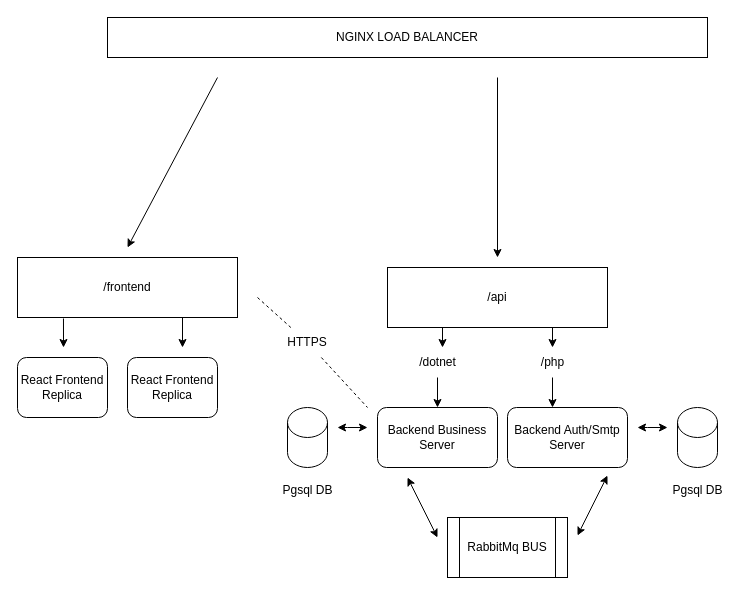
This is Jambub Diagram.drawio from f136pix/jamhub-app, a draw.io file, before an edit. Source tidied: cells renumbered, new cells numbered last; positions are measured from the earlier drawing's top-left corner, leaving out a move shared by most shapes. Both pictures are drawn from the tidied source at 100%, with x=0, y=0 at pixel (17, 17).
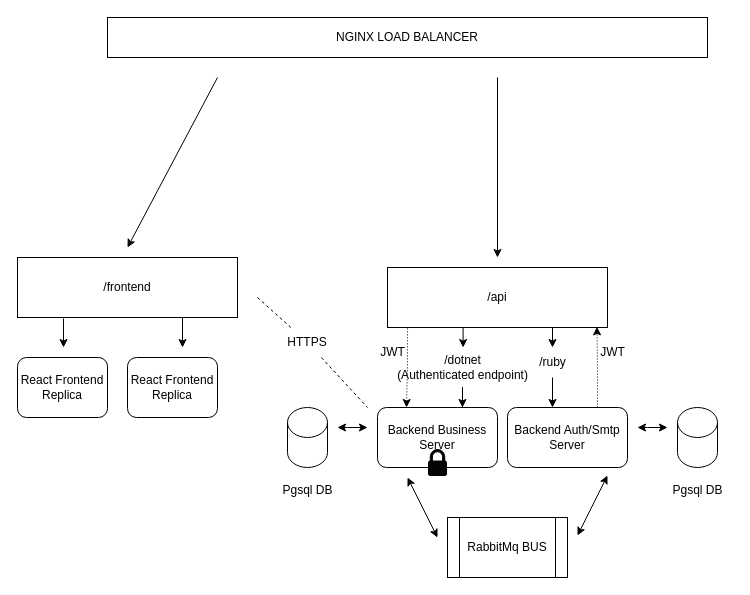
The same page after the edit.

Commit message (it also covers changes not shown here):
uptd diagram

Unchanged cells that the change refers to:
```xml
<mxCell id="6" value="/api" style="rounded=0;whiteSpace=wrap;html=1;" parent="1" vertex="1">
  <mxGeometry x="370" y="250" width="220" height="60" as="geometry" />
</mxCell>
<mxCell id="12" value="Backend Business Server" style="rounded=1;whiteSpace=wrap;html=1;" parent="1" vertex="1">
  <mxGeometry x="360" y="390" width="120" height="60" as="geometry" />
</mxCell>
<mxCell id="13" value="Backend Auth/Smtp&lt;div&gt;Server&lt;/div&gt;" style="rounded=1;whiteSpace=wrap;html=1;" parent="1" vertex="1">
  <mxGeometry x="490" y="390" width="120" height="60" as="geometry" />
</mxCell>
```

Diff of the diagram source:
```diff
@@
+    <mxCell id="31" style="edgeStyle=orthogonalEdgeStyle;rounded=0;jettySize=auto;html=1;exitX=0.091;exitY=1.015;exitDx=0;exitDy=0;entryX=0.25;entryY=0;entryDx=0;entryDy=0;exitPerimeter=0;dashed=1;dashPattern=1 2;" parent="1" edge="1" source="6">
+      <mxGeometry relative="1" as="geometry">
+        <mxPoint x="389" y="390" as="targetPoint" />
+      </mxGeometry>
+    </mxCell>
@@
-    <mxCell id="27" value="/php" style="text;html=1;align=center;verticalAlign=middle;points=[];strokeColor=none;fillColor=none;" parent="1" vertex="1">
+    <mxCell id="27" value="/ruby" style="text;html=1;align=center;verticalAlign=middle;points=[];strokeColor=none;fillColor=none;" parent="1" vertex="1">
       <mxGeometry x="510" y="330" width="50" height="30" as="geometry" />
     </mxCell>
-    <mxCell id="28" style="endArrow=classic;html=1;rounded=0;exitX=0.25;exitY=1;exitDx=0;exitDy=0;" parent="1" edge="1" source="6" target="30">
-      <mxGeometry relative="1" as="geometry">
-        <Array as="points">
-          <mxPoint x="425" y="330" />
-        </Array>
-      </mxGeometry>
-    </mxCell>
+    <mxCell id="32" style="sketch=0;shadow=0;dashed=0;html=1;labelPosition=center;verticalLabelPosition=bottom;verticalAlign=top;align=center;shape=mxgraph.office.security.lock_protected;fillColor=#050505;" parent="1" vertex="1">
+      <mxGeometry x="411" y="432" width="18" height="26" as="geometry" />
+    </mxCell>
+    <mxCell id="33" value="JWT" style="text;html=1;align=center;verticalAlign=middle;strokeColor=none;fillColor=none;dashed=1;" parent="1" vertex="1">
+      <mxGeometry x="570" y="320" width="50" height="30" as="geometry" />
+    </mxCell>
+    <mxCell id="34" style="edgeStyle=orthogonalEdgeStyle;rounded=0;jettySize=auto;html=1;exitX=0.75;exitY=0;exitDx=0;exitDy=0;entryX=0.952;entryY=0.989;entryDx=0;entryDy=0;entryPerimeter=0;dashed=1;dashPattern=1 2;" parent="1" edge="1" source="13" target="6">
+      <mxGeometry relative="1" as="geometry" />
+    </mxCell>
+    <mxCell id="30" value="&lt;div&gt;/dotnet&lt;/div&gt;(Authenticated endpoint)" style="text;html=1;align=center;verticalAlign=middle;points=[];strokeColor=none;fillColor=none;" parent="1" vertex="1">
+      <mxGeometry x="370" y="330" width="150" height="40" as="geometry" />
+    </mxCell>
+    <mxCell id="35" style="edgeStyle=orthogonalEdgeStyle;rounded=0;orthogonalLoop=1;jettySize=auto;html=1;exitX=0.25;exitY=1;exitDx=0;exitDy=0;entryX=0.391;entryY=-0.001;entryDx=0;entryDy=0;entryPerimeter=0;" parent="1" edge="1">
+      <mxGeometry relative="1" as="geometry">
+        <mxPoint x="442" y="310" as="sourcePoint" />
+        <mxPoint x="445.6" y="330" as="targetPoint" />
+      </mxGeometry>
+    </mxCell>
-    <mxCell id="29" style="edgeStyle=orthogonalEdgeStyle;rounded=0;jettySize=auto;html=1;" parent="1" edge="1" source="30" target="12">
+    <mxCell id="29" style="edgeStyle=orthogonalEdgeStyle;rounded=0;jettySize=auto;html=1;entryX=0.708;entryY=0;entryDx=0;entryDy=0;entryPerimeter=0;" parent="1" edge="1" source="30" target="12">
       <mxGeometry relative="1" as="geometry" />
     </mxCell>
-    <mxCell id="30" value="/dotnet" style="text;html=1;align=center;verticalAlign=middle;points=[];strokeColor=none;fillColor=none;" parent="1" vertex="1">
-      <mxGeometry x="390" y="330" width="60" height="30" as="geometry" />
-    </mxCell>
+    <mxCell id="36" value="JWT" style="text;html=1;align=center;verticalAlign=middle;strokeColor=none;fillColor=none;" parent="1" vertex="1">
+      <mxGeometry x="350" y="320" width="50" height="30" as="geometry" />
+    </mxCell>
```
